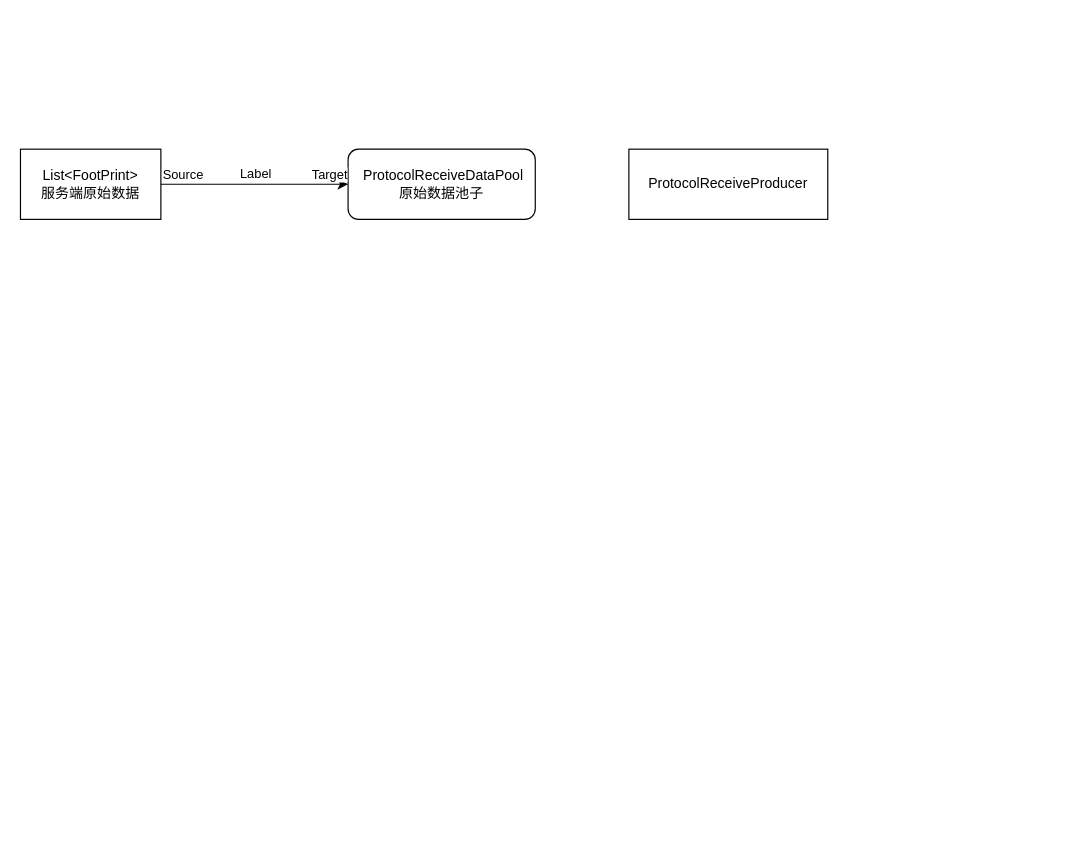
The draw.io diagram flowchart/异步解析协议数据.drawio in Xman-zhangsj/drawio, before the edit. Source tidied: cells renumbered, new cells numbered last; positions are measured from the earlier drawing's top-left corner, leaving out a move shared by most shapes. Both pictures are drawn from the tidied source at 117%, with x=0, y=0 at pixel (20, 149).
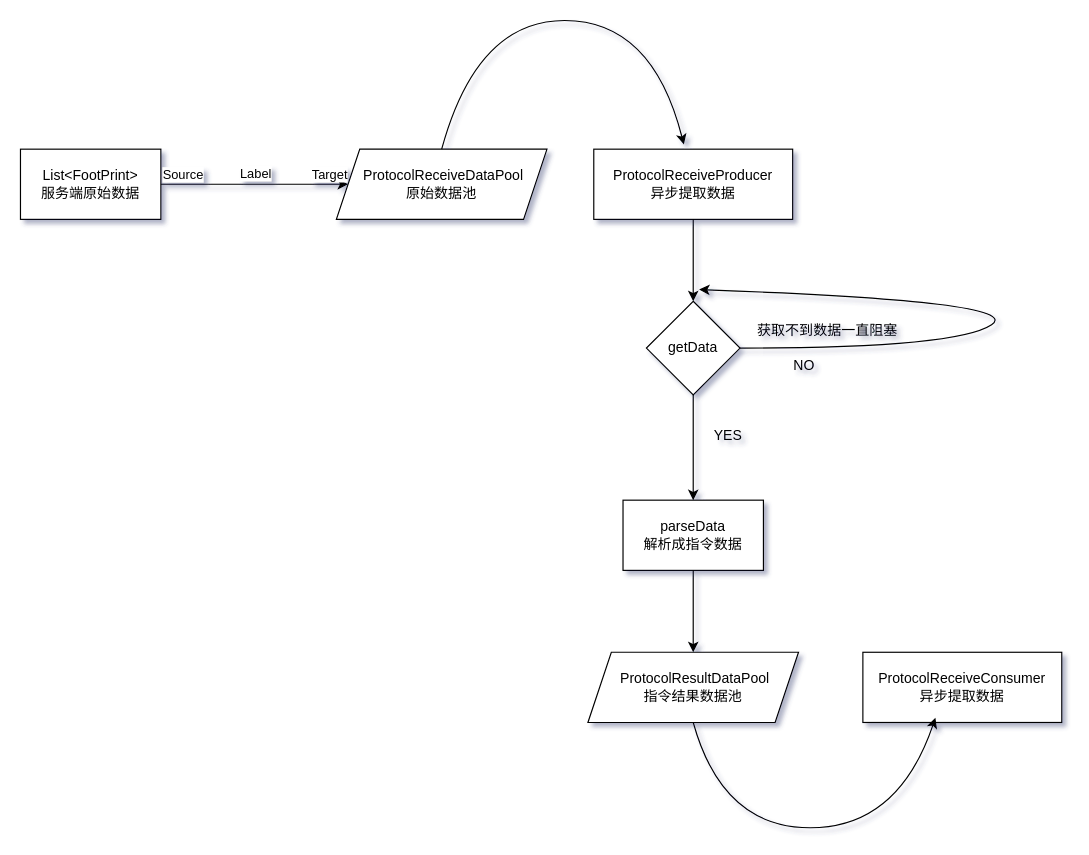
Above is the later version.

Commit message:
更新异步解析协议数据.drawio

Diff of the diagram source:
```diff
@@
-<mxGraphModel>
+<mxGraphModel background="#ffffff" shadow="1">
@@
-    <mxCell id="3" value="&amp;nbsp;ProtocolReceiveDataPool&lt;br&gt;原始数据池子" style="rounded=1;whiteSpace=wrap;html=1;" parent="1" vertex="1">
-      <mxGeometry x="280" width="160" height="60" as="geometry" />
-    </mxCell>
@@
+    <mxCell id="9" style="edgeStyle=orthogonalEdgeStyle;rounded=0;jettySize=auto;html=1;" parent="1" edge="1" source="8" target="13">
+      <mxGeometry relative="1" as="geometry" />
+    </mxCell>
-    <mxCell id="8" value="ProtocolReceiveProducer" style="rounded=0;whiteSpace=wrap;html=1;" parent="1" vertex="1">
-      <mxGeometry x="520" width="170" height="60" as="geometry" />
+    <mxCell id="8" value="ProtocolReceiveProducer&lt;br&gt;异步提取数据" style="rounded=0;whiteSpace=wrap;html=1;" parent="1" vertex="1">
+      <mxGeometry x="490" width="170" height="60" as="geometry" />
     </mxCell>
+    <mxCell id="10" value="&lt;span&gt;&amp;nbsp;ProtocolReceiveDataPool&lt;/span&gt;&lt;br&gt;&lt;span&gt;原始数据池&lt;/span&gt;" style="shape=parallelogram;perimeter=parallelogramPerimeter;whiteSpace=wrap;html=1;fixedSize=1;" parent="1" vertex="1">
+      <mxGeometry x="270" width="180" height="60" as="geometry" />
+    </mxCell>
+    <mxCell id="11" style="curved=1;endArrow=classic;html=1;rounded=0;exitX=0.5;exitY=0;exitDx=0;exitDy=0;entryX=0.453;entryY=-0.067;entryDx=0;entryDy=0;entryPerimeter=0;" parent="1" edge="1" source="10" target="8">
+      <mxGeometry relative="1" as="geometry">
+        <Array as="points">
+          <mxPoint x="390" y="-110" />
+          <mxPoint x="540" y="-110" />
+        </Array>
+      </mxGeometry>
+    </mxCell>
+    <mxCell id="12" style="edgeStyle=orthogonalEdgeStyle;rounded=0;jettySize=auto;html=1;" parent="1" edge="1" source="13" target="14">
+      <mxGeometry relative="1" as="geometry" />
+    </mxCell>
+    <mxCell id="13" value="getData" style="rhombus;whiteSpace=wrap;html=1;rounded=0;" parent="1" vertex="1">
+      <mxGeometry x="535" y="130" width="80" height="80" as="geometry" />
+    </mxCell>
+    <mxCell id="14" value="parseData&lt;br&gt;解析成指令数据" style="whiteSpace=wrap;html=1;rounded=0;" parent="1" vertex="1">
+      <mxGeometry x="515" y="300" width="120" height="60" as="geometry" />
+    </mxCell>
+    <mxCell id="15" value="YES" style="text;html=1;strokeColor=none;fillColor=none;align=center;verticalAlign=middle;whiteSpace=wrap;rounded=0;" parent="1" vertex="1">
+      <mxGeometry x="575" y="230" width="60" height="30" as="geometry" />
+    </mxCell>
+    <mxCell id="16" style="curved=1;endArrow=classic;html=1;rounded=0;" parent="1" edge="1">
+      <mxGeometry relative="1" as="geometry">
+        <mxPoint x="615" y="170" as="sourcePoint" />
+        <mxPoint x="580" y="120" as="targetPoint" />
+        <Array as="points">
+          <mxPoint x="800" y="170" />
+          <mxPoint x="860" y="130" />
+        </Array>
+      </mxGeometry>
+    </mxCell>
+    <mxCell id="17" value="NO" style="text;html=1;strokeColor=none;fillColor=none;align=center;verticalAlign=middle;whiteSpace=wrap;rounded=0;" parent="1" vertex="1">
+      <mxGeometry x="640" y="170" width="60" height="30" as="geometry" />
+    </mxCell>
+    <mxCell id="18" value="获取不到数据一直阻塞" style="text;html=1;strokeColor=none;fillColor=none;align=center;verticalAlign=middle;whiteSpace=wrap;rounded=0;" parent="1" vertex="1">
+      <mxGeometry x="615" y="140" width="150" height="30" as="geometry" />
+    </mxCell>
+    <mxCell id="19" value="&lt;span&gt;&amp;nbsp;&lt;/span&gt;ProtocolResultDataPool&lt;br&gt;&lt;span&gt;指令结果数据池&lt;/span&gt;" style="shape=parallelogram;perimeter=parallelogramPerimeter;whiteSpace=wrap;html=1;fixedSize=1;" parent="1" vertex="1">
+      <mxGeometry x="485" y="430" width="180" height="60" as="geometry" />
+    </mxCell>
+    <mxCell id="20" style="endArrow=classic;html=1;rounded=0;exitX=0.5;exitY=1;exitDx=0;exitDy=0;entryX=0.5;entryY=0;entryDx=0;entryDy=0;" parent="1" edge="1" source="14" target="19">
+      <mxGeometry relative="1" as="geometry" />
+    </mxCell>
+    <mxCell id="21" value="ProtocolReceiveConsumer&lt;br&gt;异步提取数据" style="rounded=0;whiteSpace=wrap;html=1;" parent="1" vertex="1">
+      <mxGeometry x="720" y="430" width="170" height="60" as="geometry" />
+    </mxCell>
+    <mxCell id="22" style="curved=1;endArrow=classic;html=1;rounded=0;exitX=0.5;exitY=0;exitDx=0;exitDy=0;entryX=0.453;entryY=-0.067;entryDx=0;entryDy=0;entryPerimeter=0;" parent="1" edge="1">
+      <mxGeometry relative="1" as="geometry">
+        <mxPoint x="575" y="490" as="sourcePoint" />
+        <mxPoint x="782" y="486" as="targetPoint" />
+        <Array as="points">
+          <mxPoint x="600" y="580" />
+          <mxPoint x="750" y="580" />
+        </Array>
+      </mxGeometry>
+    </mxCell>
```
